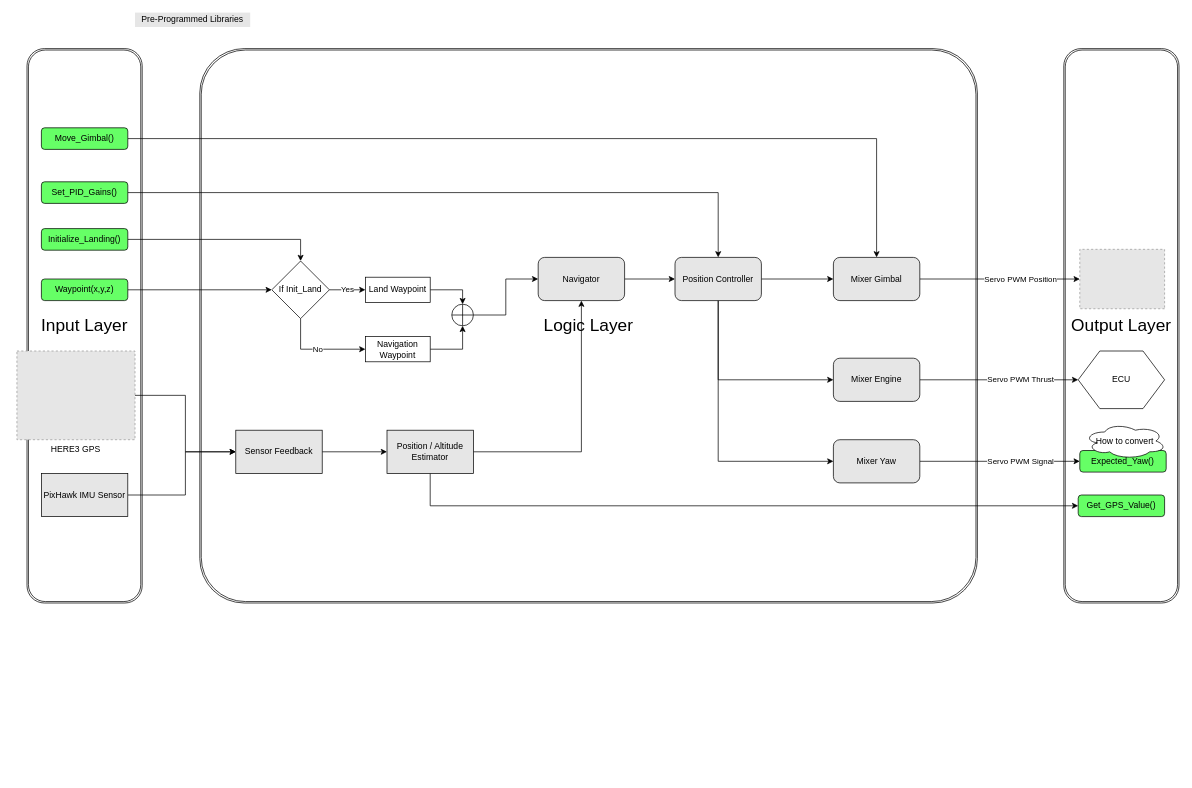
Earlier version of the draw.io diagram page "TVC Control Library" (5 of 7) of Documentation/Leapfrog_Architecture.drawio (antarikshnarain/ArtemisLeapFrog). Source tidied: cells renumbered, new cells numbered last; positions are measured from the earlier drawing's top-left corner, leaving out a move shared by most shapes. Both pictures are drawn from the tidied source at 72%, with x=0, y=0 at pixel (17, 12). Pictures stored in the file or linked from it are replaced by grey dashed boxes.
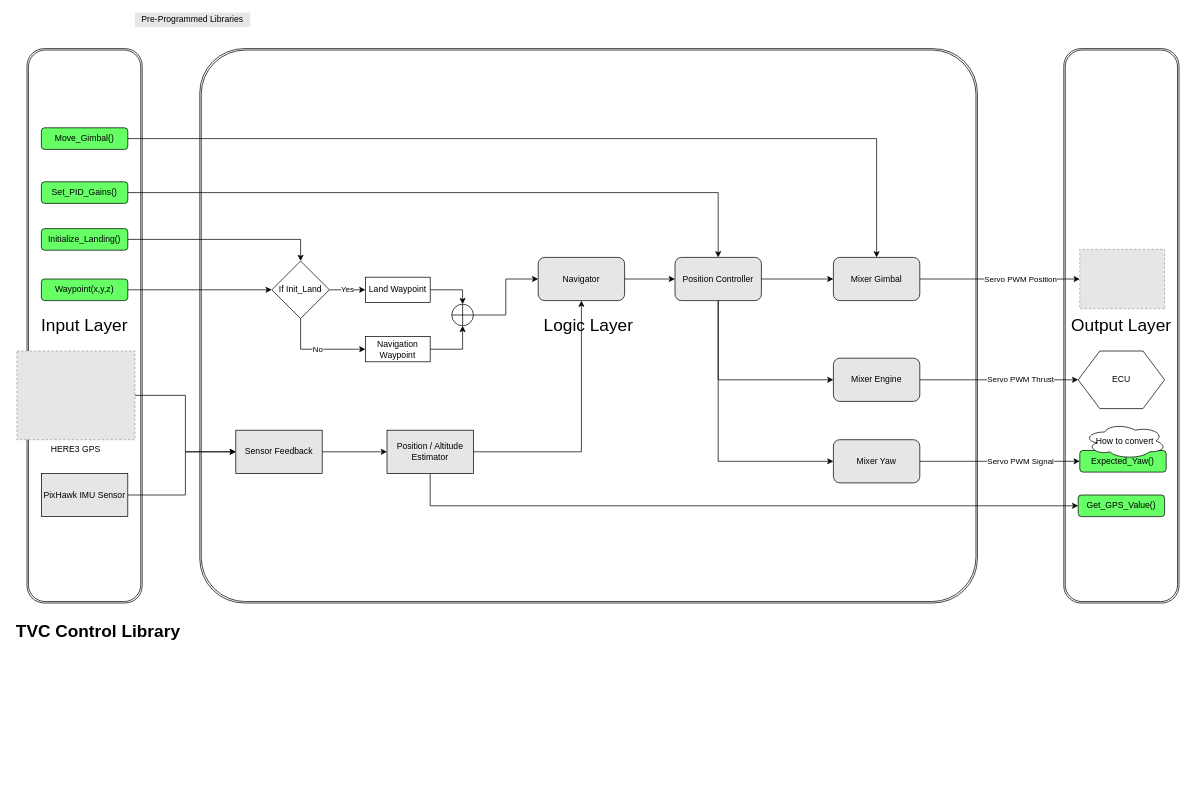
Above is the later version.

The edit, as a diff of the source:
```diff
@@
+    <mxCell id="49" value="&lt;h1&gt;TVC Control Library&lt;/h1&gt;&lt;p&gt;&lt;/p&gt;" style="text;html=1;strokeColor=none;fillColor=none;spacing=5;spacingTop=-20;whiteSpace=wrap;overflow=hidden;rounded=0;" parent="1" vertex="1">
+      <mxGeometry x="-6" y="840" width="280" height="220" as="geometry" />
+    </mxCell>
```
